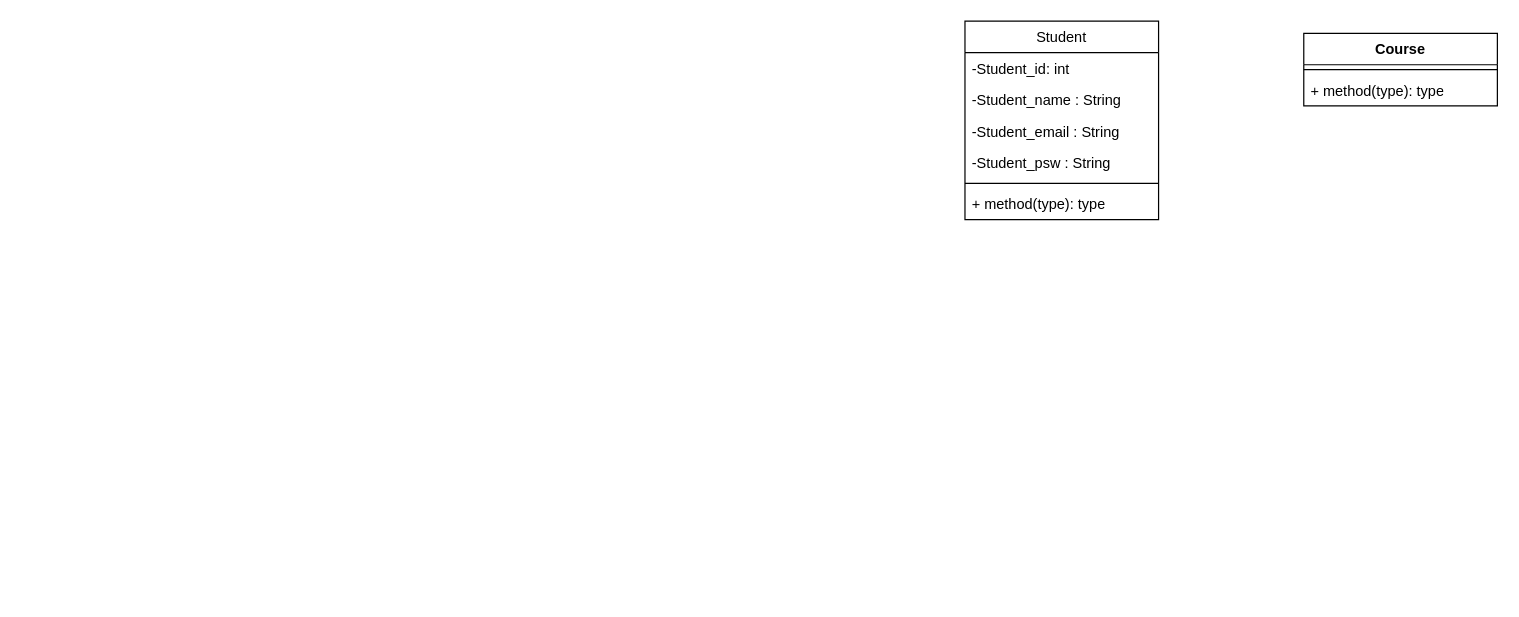
Earlier version of the draw.io diagram Index.drawio (KhunMaungNgwee/InternShipProject). Source tidied: cells renumbered, new cells numbered last; positions are measured from the earlier drawing's top-left corner, leaving out a move shared by most shapes. Both pictures are drawn from the tidied source at 121%, with x=0, y=0 at pixel (964, 21).
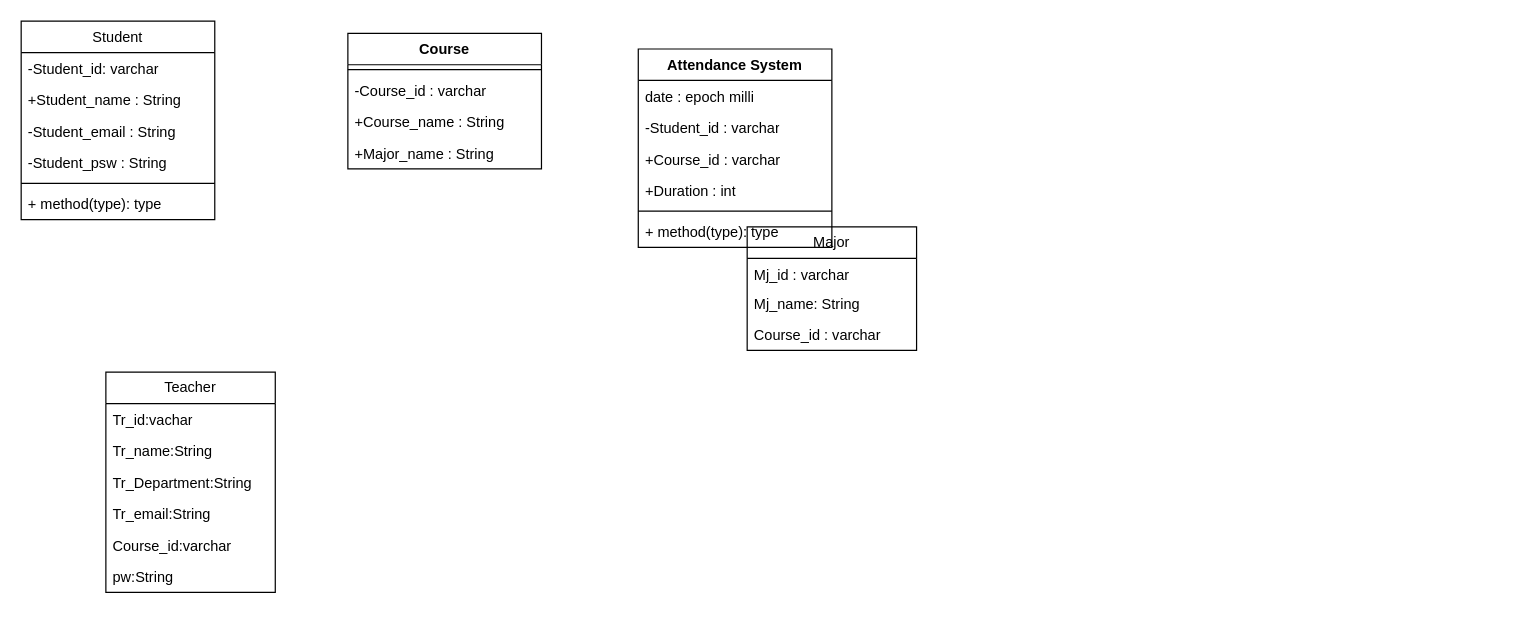
After the change.

Change to the diagram source:
```diff
@@
     <mxCell id="2" value="&lt;span style=&quot;font-weight: 400;&quot;&gt;Student&lt;/span&gt;" style="swimlane;fontStyle=1;align=center;verticalAlign=top;horizontal=1;startSize=26;whiteSpace=wrap;html=1;" parent="1" vertex="1">
-      <mxGeometry width="160" height="164" as="geometry" />
+      <mxGeometry x="-780" width="160" height="164" as="geometry" />
     </mxCell>
-    <mxCell id="3" value="-Student_id: int" style="text;strokeColor=none;fillColor=none;align=left;verticalAlign=top;spacingLeft=4;spacingRight=4;overflow=hidden;whiteSpace=wrap;html=1;" parent="2" vertex="1">
+    <mxCell id="3" value="-Student_id: varchar" style="text;strokeColor=none;fillColor=none;align=left;verticalAlign=top;spacingLeft=4;spacingRight=4;overflow=hidden;whiteSpace=wrap;html=1;" parent="2" vertex="1">
       <mxGeometry y="26" width="160" height="26" as="geometry" />
     </mxCell>
-    <mxCell id="4" value="-Student_name : String" style="text;strokeColor=none;fillColor=none;align=left;verticalAlign=top;spacingLeft=4;spacingRight=4;overflow=hidden;whiteSpace=wrap;html=1;" parent="2" vertex="1">
+    <mxCell id="4" value="+Student_name : String" style="text;strokeColor=none;fillColor=none;align=left;verticalAlign=top;spacingLeft=4;spacingRight=4;overflow=hidden;whiteSpace=wrap;html=1;" parent="2" vertex="1">
       <mxGeometry y="52" width="160" height="26" as="geometry" />
     </mxCell>
@@
     <mxCell id="9" value="Course" style="swimlane;fontStyle=1;align=center;verticalAlign=top;horizontal=1;startSize=26;whiteSpace=wrap;html=1;" parent="1" vertex="1">
-      <mxGeometry x="280" y="10" width="160" height="60" as="geometry" />
+      <mxGeometry x="-510" y="10" width="160" height="112" as="geometry" />
     </mxCell>
@@
-    <mxCell id="11" value="+ method(type): type" style="text;strokeColor=none;fillColor=none;align=left;verticalAlign=top;spacingLeft=4;spacingRight=4;overflow=hidden;whiteSpace=wrap;html=1;" parent="9" vertex="1">
+    <mxCell id="11" value="-Course_id : varchar" style="text;strokeColor=none;fillColor=none;align=left;verticalAlign=top;spacingLeft=4;spacingRight=4;overflow=hidden;whiteSpace=wrap;html=1;" parent="9" vertex="1">
       <mxGeometry y="34" width="160" height="26" as="geometry" />
     </mxCell>
+    <mxCell id="12" value="+Course_name : String" style="text;strokeColor=none;fillColor=none;align=left;verticalAlign=top;spacingLeft=4;spacingRight=4;overflow=hidden;whiteSpace=wrap;html=1;" parent="9" vertex="1">
+      <mxGeometry y="60" width="160" height="26" as="geometry" />
+    </mxCell>
+    <mxCell id="13" value="+Major_name : String" style="text;strokeColor=none;fillColor=none;align=left;verticalAlign=top;spacingLeft=4;spacingRight=4;overflow=hidden;whiteSpace=wrap;html=1;" parent="9" vertex="1">
+      <mxGeometry y="86" width="160" height="26" as="geometry" />
+    </mxCell>
+    <mxCell id="14" value="Major" style="swimlane;fontStyle=0;horizontal=1;startSize=26;fillColor=none;whiteSpace=wrap;html=1;" parent="1" vertex="1">
+      <mxGeometry x="-180" y="170" width="140" height="102" as="geometry" />
+    </mxCell>
+    <mxCell id="15" value="Mj_id : varchar" style="text;strokeColor=none;fillColor=none;align=left;verticalAlign=top;spacingLeft=4;spacingRight=4;overflow=hidden;whiteSpace=wrap;html=1;" parent="14" vertex="1">
+      <mxGeometry y="26" width="140" height="24" as="geometry" />
+    </mxCell>
+    <mxCell id="16" value="Mj_name: String" style="text;strokeColor=none;fillColor=none;align=left;verticalAlign=top;spacingLeft=4;spacingRight=4;overflow=hidden;whiteSpace=wrap;html=1;" parent="14" vertex="1">
+      <mxGeometry y="50" width="140" height="26" as="geometry" />
+    </mxCell>
+    <mxCell id="17" value="Course_id : varchar" style="text;strokeColor=none;fillColor=none;align=left;verticalAlign=top;spacingLeft=4;spacingRight=4;overflow=hidden;whiteSpace=wrap;html=1;" parent="14" vertex="1">
+      <mxGeometry y="76" width="140" height="26" as="geometry" />
+    </mxCell>
+    <mxCell id="18" value="Attendance System" style="swimlane;fontStyle=1;align=center;verticalAlign=top;horizontal=1;startSize=26;whiteSpace=wrap;html=1;" parent="1" vertex="1">
+      <mxGeometry x="-270" y="23" width="160" height="164" as="geometry" />
+    </mxCell>
+    <mxCell id="19" value="date : epoch milli" style="text;strokeColor=none;fillColor=none;align=left;verticalAlign=top;spacingLeft=4;spacingRight=4;overflow=hidden;whiteSpace=wrap;html=1;" parent="18" vertex="1">
+      <mxGeometry y="26" width="160" height="26" as="geometry" />
+    </mxCell>
+    <mxCell id="20" value="-Student_id : varchar" style="text;strokeColor=none;fillColor=none;align=left;verticalAlign=top;spacingLeft=4;spacingRight=4;overflow=hidden;whiteSpace=wrap;html=1;" parent="18" vertex="1">
+      <mxGeometry y="52" width="160" height="26" as="geometry" />
+    </mxCell>
+    <mxCell id="21" value="+Course_id : varchar" style="text;strokeColor=none;fillColor=none;align=left;verticalAlign=top;spacingLeft=4;spacingRight=4;overflow=hidden;whiteSpace=wrap;html=1;" parent="18" vertex="1">
+      <mxGeometry y="78" width="160" height="26" as="geometry" />
+    </mxCell>
+    <mxCell id="22" value="+Duration : int" style="text;strokeColor=none;fillColor=none;align=left;verticalAlign=top;spacingLeft=4;spacingRight=4;overflow=hidden;whiteSpace=wrap;html=1;" parent="18" vertex="1">
+      <mxGeometry y="104" width="160" height="26" as="geometry" />
+    </mxCell>
+    <mxCell id="23" style="line;strokeWidth=1;fillColor=none;align=left;verticalAlign=middle;spacingTop=-1;spacingLeft=3;spacingRight=3;labelPosition=right;strokeColor=inherit;" parent="18" vertex="1">
+      <mxGeometry y="130" width="160" height="8" as="geometry" />
+    </mxCell>
+    <mxCell id="24" value="+ method(type): type" style="text;strokeColor=none;fillColor=none;align=left;verticalAlign=top;spacingLeft=4;spacingRight=4;overflow=hidden;whiteSpace=wrap;html=1;" parent="18" vertex="1">
+      <mxGeometry y="138" width="160" height="26" as="geometry" />
+    </mxCell>
+    <mxCell id="25" value="Teacher" style="swimlane;fontStyle=0;horizontal=1;startSize=26;fillColor=none;whiteSpace=wrap;html=1;" parent="1" vertex="1">
+      <mxGeometry x="-710" y="290" width="140" height="182" as="geometry" />
+    </mxCell>
+    <mxCell id="26" value="Tr_id:vachar" style="text;strokeColor=none;fillColor=none;align=left;verticalAlign=top;spacingLeft=4;spacingRight=4;overflow=hidden;whiteSpace=wrap;html=1;" parent="25" vertex="1">
+      <mxGeometry y="26" width="140" height="26" as="geometry" />
+    </mxCell>
+    <mxCell id="27" value="Tr_name:String" style="text;strokeColor=none;fillColor=none;align=left;verticalAlign=top;spacingLeft=4;spacingRight=4;overflow=hidden;whiteSpace=wrap;html=1;" parent="25" vertex="1">
+      <mxGeometry y="52" width="140" height="26" as="geometry" />
+    </mxCell>
+    <mxCell id="28" value="Tr_Department:String" style="text;strokeColor=none;fillColor=none;align=left;verticalAlign=top;spacingLeft=4;spacingRight=4;overflow=hidden;whiteSpace=wrap;html=1;" parent="25" vertex="1">
+      <mxGeometry y="78" width="140" height="26" as="geometry" />
+    </mxCell>
+    <mxCell id="29" value="Tr_email:String" style="text;strokeColor=none;fillColor=none;align=left;verticalAlign=top;spacingLeft=4;spacingRight=4;overflow=hidden;whiteSpace=wrap;html=1;" parent="25" vertex="1">
+      <mxGeometry y="104" width="140" height="26" as="geometry" />
+    </mxCell>
+    <mxCell id="30" value="Course_id:varchar" style="text;strokeColor=none;fillColor=none;align=left;verticalAlign=top;spacingLeft=4;spacingRight=4;overflow=hidden;whiteSpace=wrap;html=1;" parent="25" vertex="1">
+      <mxGeometry y="130" width="140" height="26" as="geometry" />
+    </mxCell>
+    <mxCell id="31" value="pw:String" style="text;strokeColor=none;fillColor=none;align=left;verticalAlign=top;spacingLeft=4;spacingRight=4;overflow=hidden;whiteSpace=wrap;html=1;" parent="25" vertex="1">
+      <mxGeometry y="156" width="140" height="26" as="geometry" />
+    </mxCell>
```
